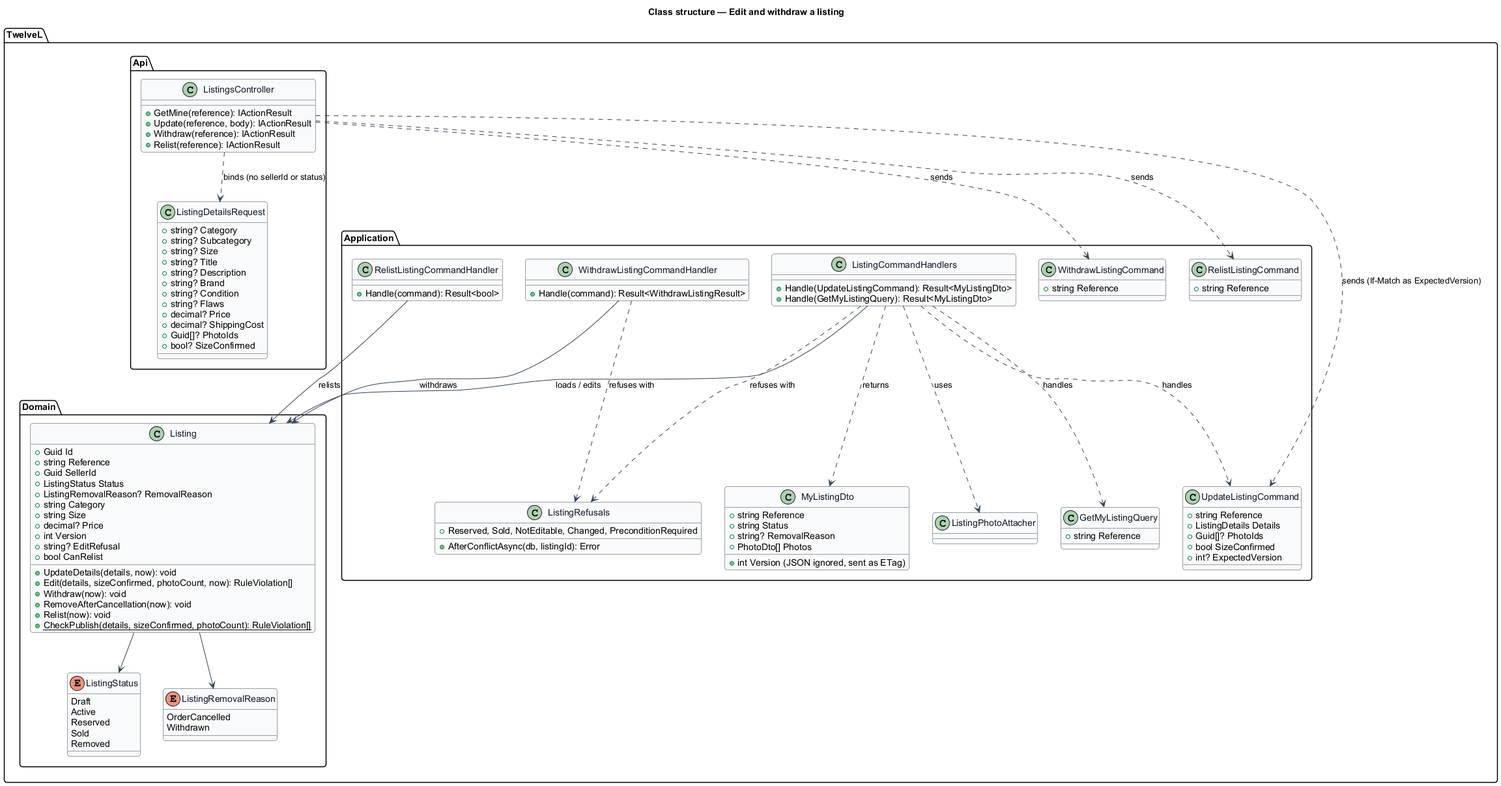
Earlier version of the PlantUML export docs/detailed-designs/listings/edit-and-withdraw-listing/diagrams/class-structure.png (QuinntyneBrown/tutumuch). Its diagram source:
```plantuml
@startuml
skinparam backgroundColor #FFFFFF
skinparam shadowing false
skinparam roundcorner 8
skinparam defaultFontName Arial
skinparam ArrowColor #344054
skinparam class {
  BorderColor #344054
  FontColor #101828
  BackgroundColor #F9FAFB
}
title Class structure — Edit and withdraw a listing

package "TwelveL.Domain" {
  enum ListingStatus {
    Draft
    Active
    Reserved
    Sold
    Removed
  }
  enum ListingRemovalReason {
    OrderCancelled
    Withdrawn
  }
  class Listing {
    +Guid Id
    +string Reference
    +Guid SellerId
    +ListingStatus Status
    +ListingRemovalReason? RemovalReason
    +string Category
    +string Size
    +decimal? Price
    +int Version
    +string? EditRefusal
    +bool CanRelist
    +UpdateDetails(details, now): void
    +Edit(details, sizeConfirmed, photoCount, now): RuleViolation[]
    +Withdraw(now): void
    +RemoveAfterCancellation(now): void
    +Relist(now): void
    +{static} CheckPublish(details, sizeConfirmed, photoCount): RuleViolation[]
  }
}

package "TwelveL.Application" {
  class GetMyListingQuery {
    +string Reference
  }
  class MyListingDto {
    +string Reference
    +string Status
    +string? RemovalReason
    +PhotoDto[] Photos
    +int Version (JSON ignored, sent as ETag)
  }
  class UpdateListingCommand {
    +string Reference
    +ListingDetails Details
    +Guid[]? PhotoIds
    +bool SizeConfirmed
    +int? ExpectedVersion
  }
  class WithdrawListingCommand {
    +string Reference
  }
  class RelistListingCommand {
    +string Reference
  }
  class ListingCommandHandlers {
    +Handle(UpdateListingCommand): Result<MyListingDto>
    +Handle(GetMyListingQuery): Result<MyListingDto>
  }
  class WithdrawListingCommandHandler {
    +Handle(command): Result<WithdrawListingResult>
  }
  class RelistListingCommandHandler {
    +Handle(command): Result<bool>
  }
  class ListingRefusals {
    +Reserved, Sold, NotEditable, Changed, PreconditionRequired
    +AfterConflictAsync(db, listingId): Error
  }
  class ListingPhotoAttacher
}

package "TwelveL.Api" {
  class ListingsController {
    +GetMine(reference): IActionResult
    +Update(reference, body): IActionResult
    +Withdraw(reference): IActionResult
    +Relist(reference): IActionResult
  }
  class ListingDetailsRequest {
    +string? Category
    +string? Subcategory
    +string? Size
    +string? Title
    +string? Description
    +string? Brand
    +string? Condition
    +string? Flaws
    +decimal? Price
    +decimal? ShippingCost
    +Guid[]? PhotoIds
    +bool? SizeConfirmed
  }
}

ListingsController ..> ListingDetailsRequest : binds (no sellerId or status)
ListingsController ..> UpdateListingCommand : sends (If-Match as ExpectedVersion)
ListingsController ..> WithdrawListingCommand : sends
ListingsController ..> RelistListingCommand : sends
ListingCommandHandlers ..> UpdateListingCommand : handles
ListingCommandHandlers ..> GetMyListingQuery : handles
ListingCommandHandlers --> Listing : loads / edits
ListingCommandHandlers ..> ListingPhotoAttacher : uses
ListingCommandHandlers ..> ListingRefusals : refuses with
WithdrawListingCommandHandler --> Listing : withdraws
WithdrawListingCommandHandler ..> ListingRefusals : refuses with
RelistListingCommandHandler --> Listing : relists
Listing --> ListingStatus
Listing --> ListingRemovalReason
ListingCommandHandlers ..> MyListingDto : returns
@enduml
```
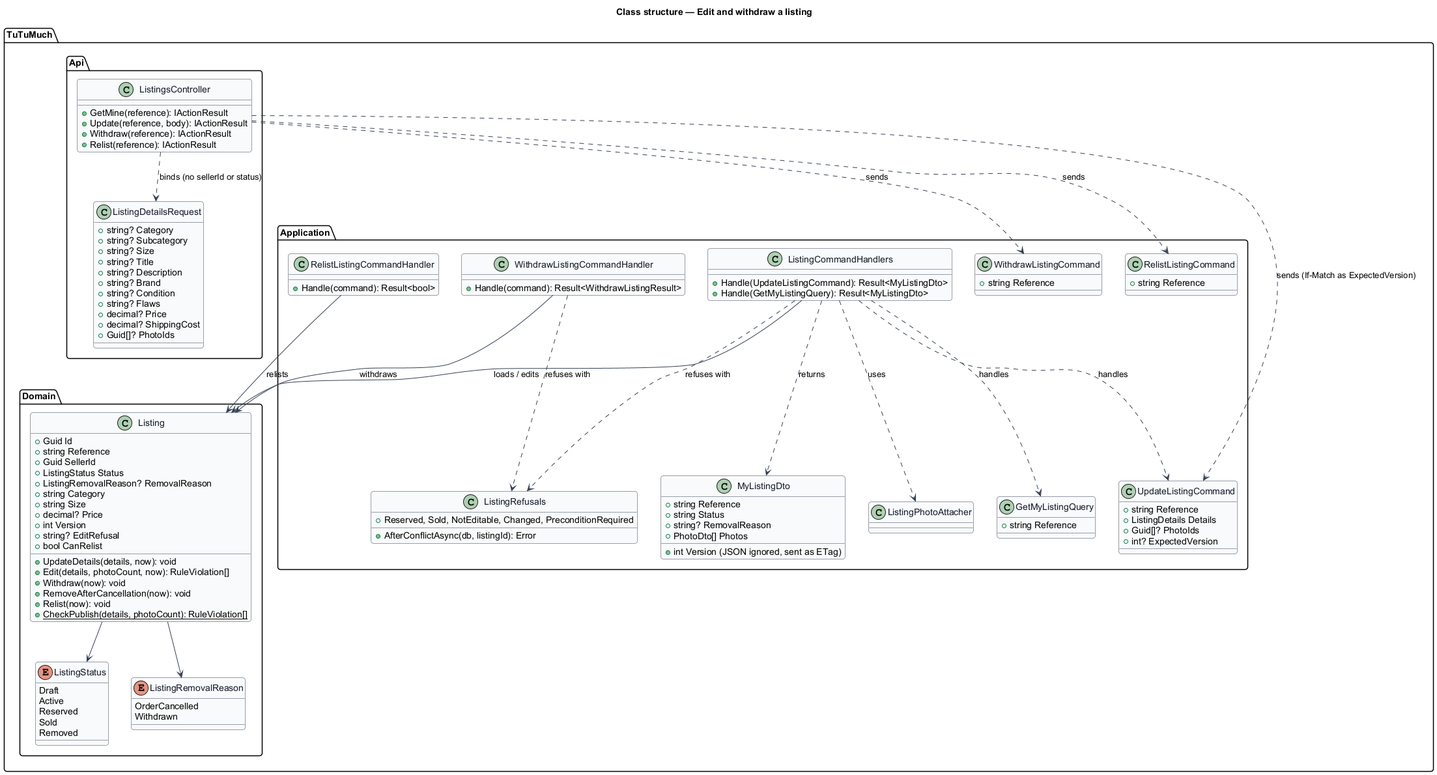
The same diagram one commit later.

What changed in the source:
```diff
@@ -11,7 +11,7 @@
 }
 title Class structure — Edit and withdraw a listing
 
-package "TwelveL.Domain" {
+package "TuTuMuch.Domain" {
   enum ListingStatus {
     Draft
     Active
@@ -36,15 +36,15 @@
     +string? EditRefusal
     +bool CanRelist
     +UpdateDetails(details, now): void
-    +Edit(details, sizeConfirmed, photoCount, now): RuleViolation[]
+    +Edit(details, photoCount, now): RuleViolation[]
     +Withdraw(now): void
     +RemoveAfterCancellation(now): void
     +Relist(now): void
-    +{static} CheckPublish(details, sizeConfirmed, photoCount): RuleViolation[]
+    +{static} CheckPublish(details, photoCount): RuleViolation[]
   }
 }
 
-package "TwelveL.Application" {
+package "TuTuMuch.Application" {
   class GetMyListingQuery {
     +string Reference
   }
@@ -59,7 +59,6 @@
     +string Reference
     +ListingDetails Details
     +Guid[]? PhotoIds
-    +bool SizeConfirmed
     +int? ExpectedVersion
   }
   class WithdrawListingCommand {
@@ -85,7 +84,7 @@
   class ListingPhotoAttacher
 }
 
-package "TwelveL.Api" {
+package "TuTuMuch.Api" {
   class ListingsController {
     +GetMine(reference): IActionResult
     +Update(reference, body): IActionResult
@@ -104,7 +103,6 @@
     +decimal? Price
     +decimal? ShippingCost
     +Guid[]? PhotoIds
-    +bool? SizeConfirmed
   }
 }
 
```
